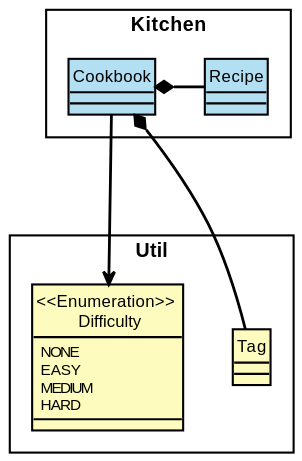
Before: docs/RenderedUML/Kitchen.svg, a diagram exported from PlantUML (nus-cs2113-AY2122S1/tp).
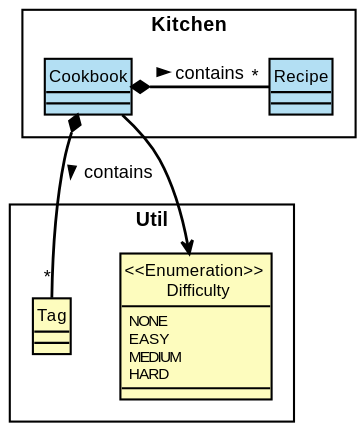
After the change.

Diff of the diagram source:
```diff
@@ -19,7 +19,7 @@
     class Recipe LOGIC_BLUE_1
 
     Cookbook --> "<<Enumeration>> \n Difficulty"
-    Cookbook *- Recipe
-    Cookbook *--- Tag
+    Cookbook *- "*" Recipe : contains >
+    Cookbook *-right-- "*" Tag : contains >
 }
 @enduml
```
